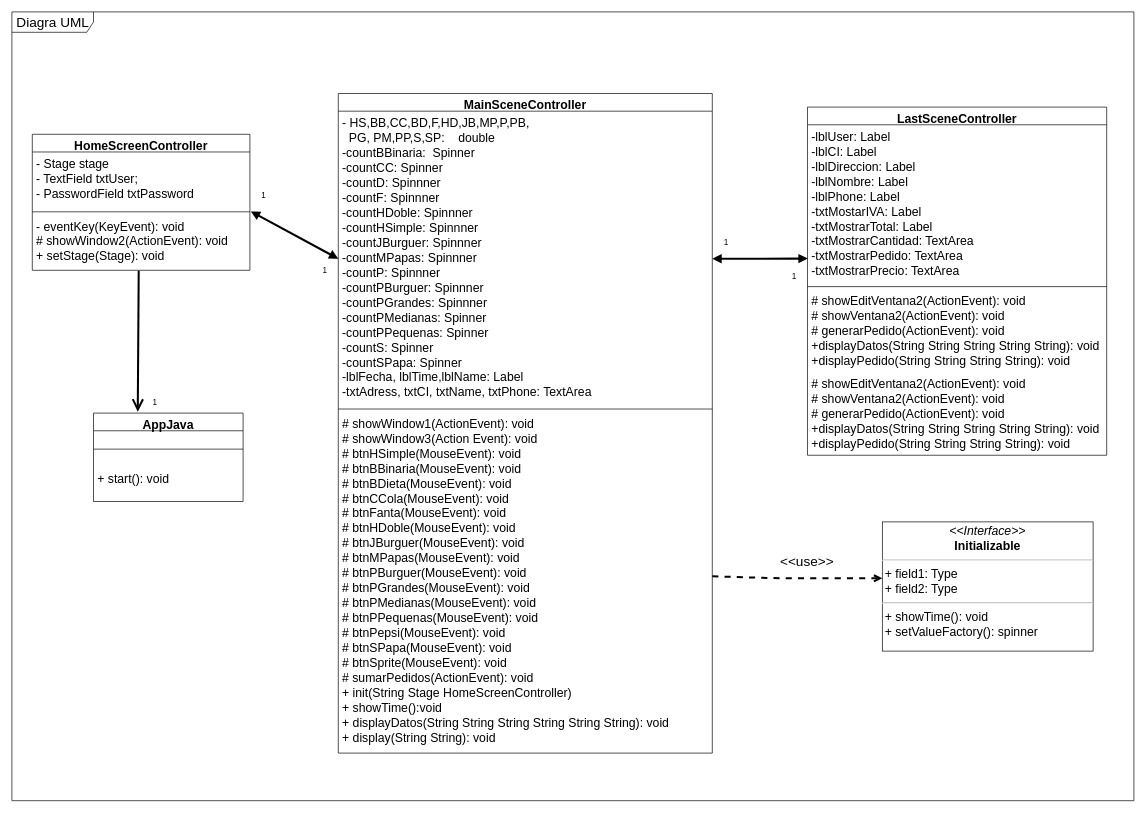
This is src/design/DiagramaDeClases.drawio from elian18/FirstJavaFXProject, a draw.io file, before an edit. Source tidied: cells renumbered, new cells numbered last; positions are measured from the earlier drawing's top-left corner, leaving out a move shared by most shapes. Both pictures are drawn from the tidied source at 68%, with x=0, y=0 at pixel (12, 12).
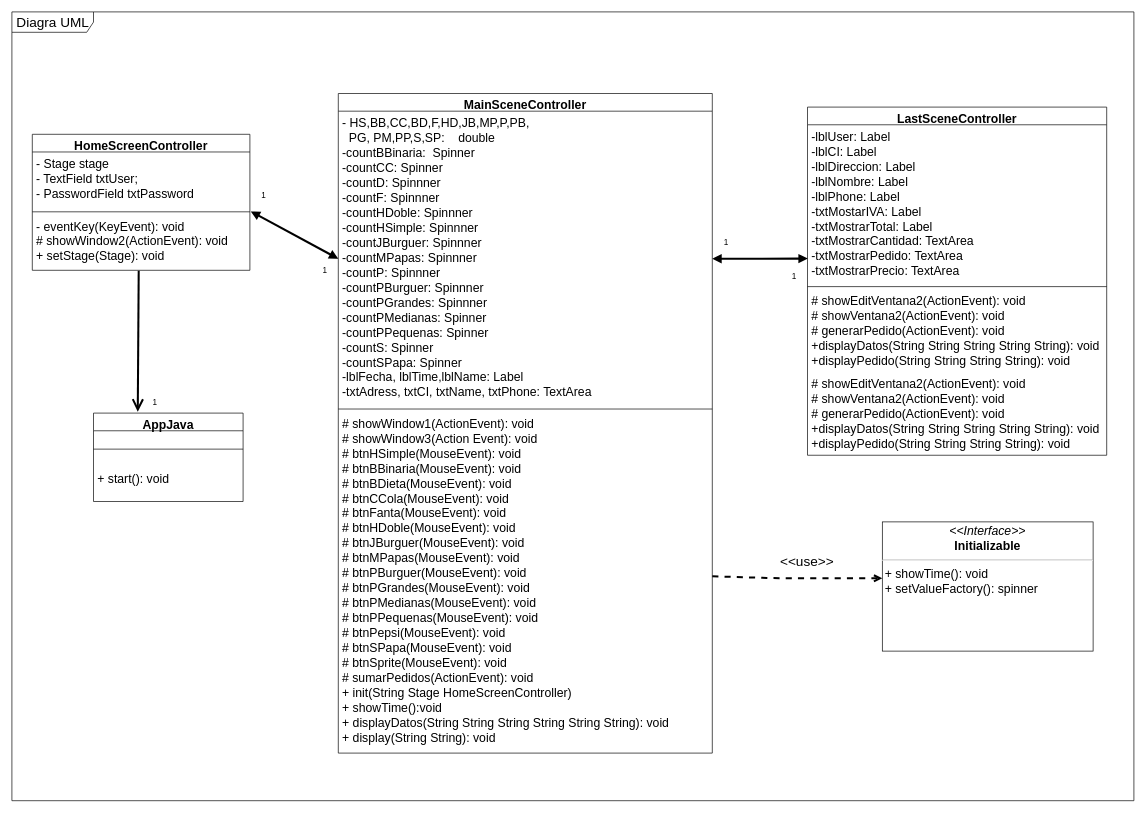
The same diagram, later.

The edit, as a diff of the source:
```diff
@@
-    <mxCell id="21" value="&lt;p style=&quot;margin: 4px 0px 0px ; text-align: center ; font-size: 18px&quot;&gt;&lt;i style=&quot;font-size: 18px&quot;&gt;&amp;lt;&amp;lt;Interface&amp;gt;&amp;gt;&lt;/i&gt;&lt;br style=&quot;font-size: 18px&quot;&gt;&lt;b style=&quot;font-size: 18px&quot;&gt;Initializable&lt;/b&gt;&lt;/p&gt;&lt;hr style=&quot;font-size: 18px&quot;&gt;&lt;p style=&quot;margin: 0px 0px 0px 4px ; font-size: 18px&quot;&gt;+ field1: Type&lt;br style=&quot;font-size: 18px&quot;&gt;+ field2: Type&lt;/p&gt;&lt;hr style=&quot;font-size: 18px&quot;&gt;&lt;p style=&quot;margin: 0px 0px 0px 4px ; font-size: 18px&quot;&gt;+ showTime(): void&lt;br style=&quot;font-size: 18px&quot;&gt;+ setValueFactory(): spinner&lt;/p&gt;" style="verticalAlign=top;align=left;overflow=fill;fontSize=18;fontFamily=Helvetica;html=1;labelBackgroundColor=none;fontColor=default;" parent="1" vertex="1">
+    <mxCell id="21" value="&lt;p style=&quot;margin: 4px 0px 0px ; text-align: center ; font-size: 18px&quot;&gt;&lt;i style=&quot;font-size: 18px&quot;&gt;&amp;lt;&amp;lt;Interface&amp;gt;&amp;gt;&lt;/i&gt;&lt;br style=&quot;font-size: 18px&quot;&gt;&lt;b style=&quot;font-size: 18px&quot;&gt;Initializable&lt;/b&gt;&lt;/p&gt;&lt;hr style=&quot;font-size: 18px&quot;&gt;&lt;p style=&quot;margin: 0px 0px 0px 4px ; font-size: 18px&quot;&gt;&lt;/p&gt;&lt;p style=&quot;margin: 0px 0px 0px 4px ; font-size: 18px&quot;&gt;+ showTime(): void&lt;br style=&quot;font-size: 18px&quot;&gt;+ setValueFactory(): spinner&lt;/p&gt;" style="verticalAlign=top;align=left;overflow=fill;fontSize=18;fontFamily=Helvetica;html=1;labelBackgroundColor=none;fontColor=default;" parent="1" vertex="1">
       <mxGeometry x="1280" y="750" width="310" height="190" as="geometry" />
     </mxCell>
```
